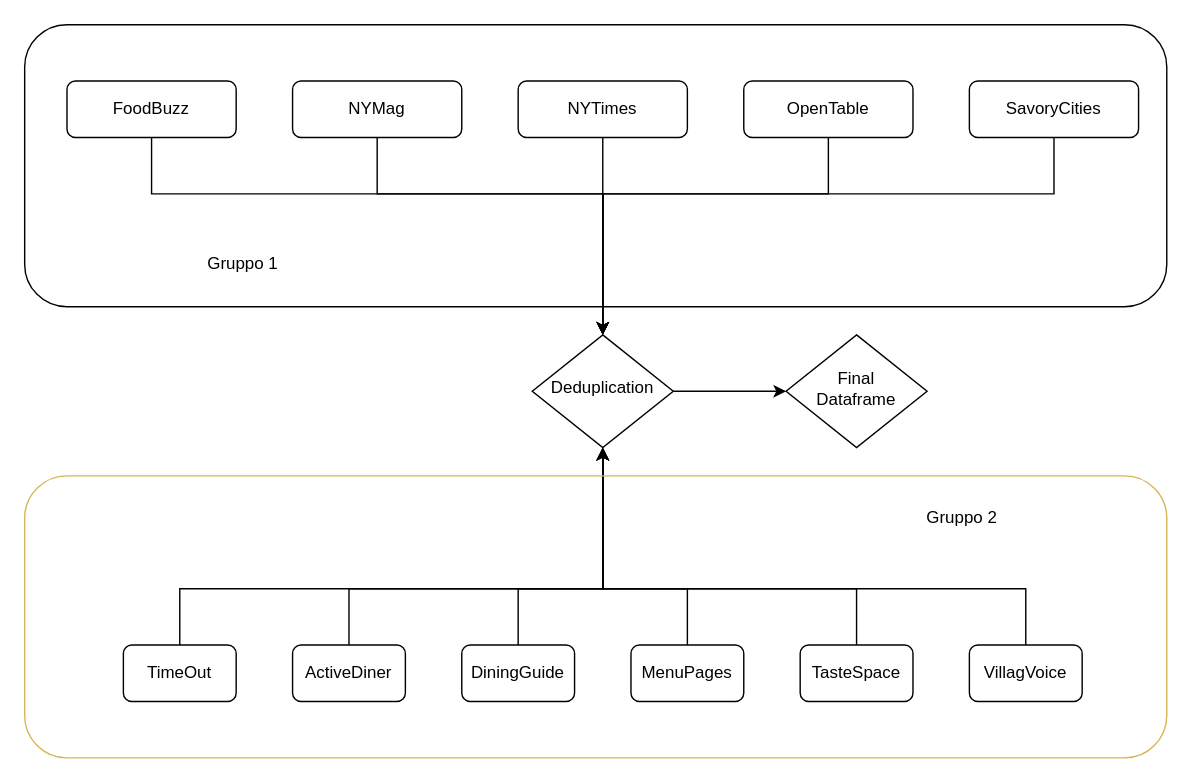
ivemberg/Data_quality_experimentation keeps this draw.io diagram as report/img/diagramMethod.drawio. Above is the earlier version. Source tidied: cells renumbered, new cells numbered last; positions are measured from the earlier drawing's top-left corner, leaving out a move shared by most shapes. Both pictures are drawn from the tidied source at 141%, with x=0, y=0 at pixel (24, 24).
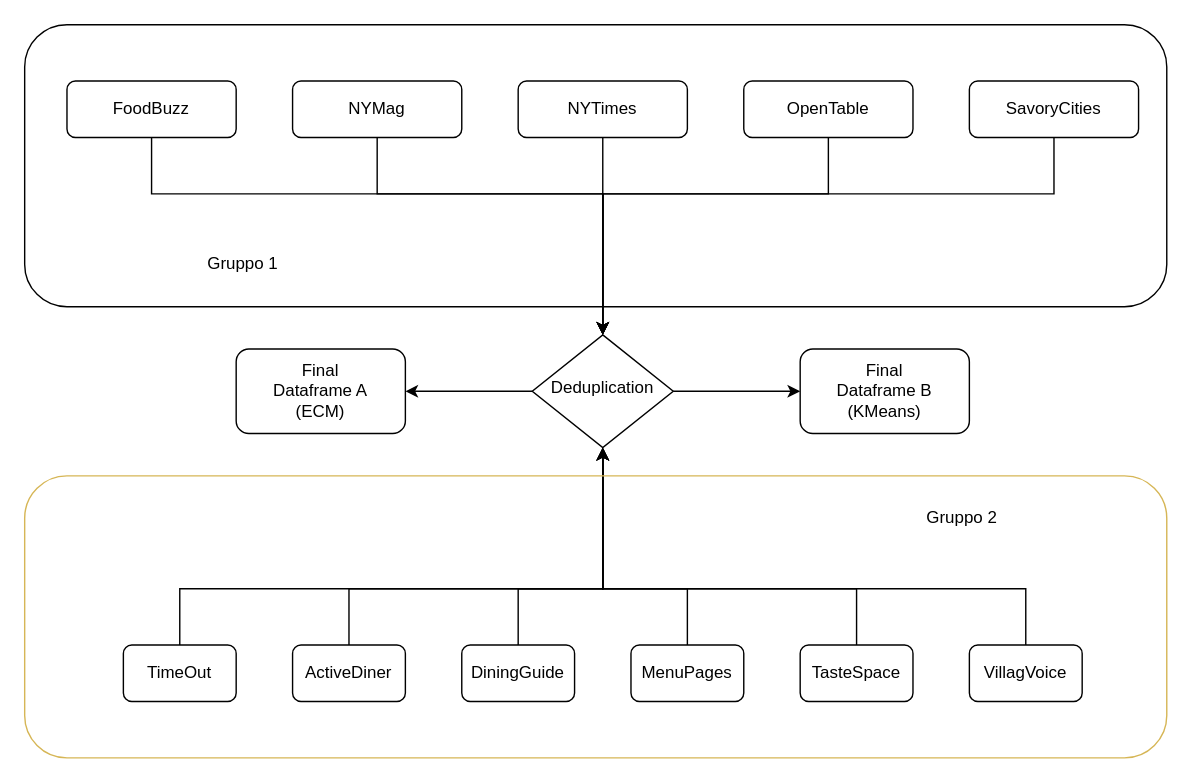
The same page after the edit.

Commit message (it also covers changes not shown here):
aggiunta immagine per il metodo 1

Unchanged cells that the change refers to:
```xml
<mxCell id="5" value="Deduplication" style="rhombus;whiteSpace=wrap;html=1;shadow=0;fontFamily=Helvetica;fontSize=12;align=center;strokeWidth=1;spacing=6;spacingTop=-4;" parent="1" vertex="1">
  <mxGeometry x="360" y="220" width="100" height="80" as="geometry" />
</mxCell>
```

Change to the diagram source:
```diff
@@
-    <mxCell id="4" style="edgeStyle=orthogonalEdgeStyle;rounded=0;jettySize=auto;html=1;fontColor=#000000;" parent="1" edge="1" source="5" target="6">
-      <mxGeometry relative="1" as="geometry" />
+    <mxCell id="4" style="edgeStyle=orthogonalEdgeStyle;rounded=0;jettySize=auto;html=1;fontColor=#000000;" parent="1" edge="1" source="5">
+      <mxGeometry relative="1" as="geometry">
+        <mxPoint x="550" y="260" as="targetPoint" />
+      </mxGeometry>
     </mxCell>
+    <mxCell id="31" style="edgeStyle=orthogonalEdgeStyle;rounded=0;jettySize=auto;html=1;fontColor=#000000;" parent="1" edge="1" source="5">
+      <mxGeometry relative="1" as="geometry">
+        <mxPoint x="270" y="260" as="targetPoint" />
+      </mxGeometry>
+    </mxCell>
@@
-    <mxCell id="6" value="Final&lt;br&gt;Dataframe" style="rhombus;whiteSpace=wrap;html=1;shadow=0;fontFamily=Helvetica;fontSize=12;align=center;strokeWidth=1;spacing=6;spacingTop=-4;" parent="1" vertex="1">
-      <mxGeometry x="540" y="220" width="100" height="80" as="geometry" />
-    </mxCell>
@@
+    <mxCell id="32" value="&lt;span&gt;Final&lt;/span&gt;&lt;br&gt;&lt;span&gt;Dataframe A&lt;/span&gt;&lt;br&gt;&lt;span&gt;(ECM)&lt;/span&gt;" style="rounded=1;whiteSpace=wrap;html=1;shadow=0;glass=0;labelBackgroundColor=none;strokeColor=#000000;fillColor=none;fontColor=#000000;align=center;" parent="1" vertex="1">
+      <mxGeometry x="150" y="230" width="120" height="60" as="geometry" />
+    </mxCell>
+    <mxCell id="33" value="&lt;span&gt;Final&lt;/span&gt;&lt;br&gt;&lt;span&gt;Dataframe B&lt;/span&gt;&lt;br&gt;&lt;span&gt;(KMeans)&lt;/span&gt;" style="rounded=1;whiteSpace=wrap;html=1;shadow=0;glass=0;labelBackgroundColor=none;strokeColor=#000000;fillColor=none;fontColor=#000000;align=center;" parent="1" vertex="1">
+      <mxGeometry x="550" y="230" width="120" height="60" as="geometry" />
+    </mxCell>
```
